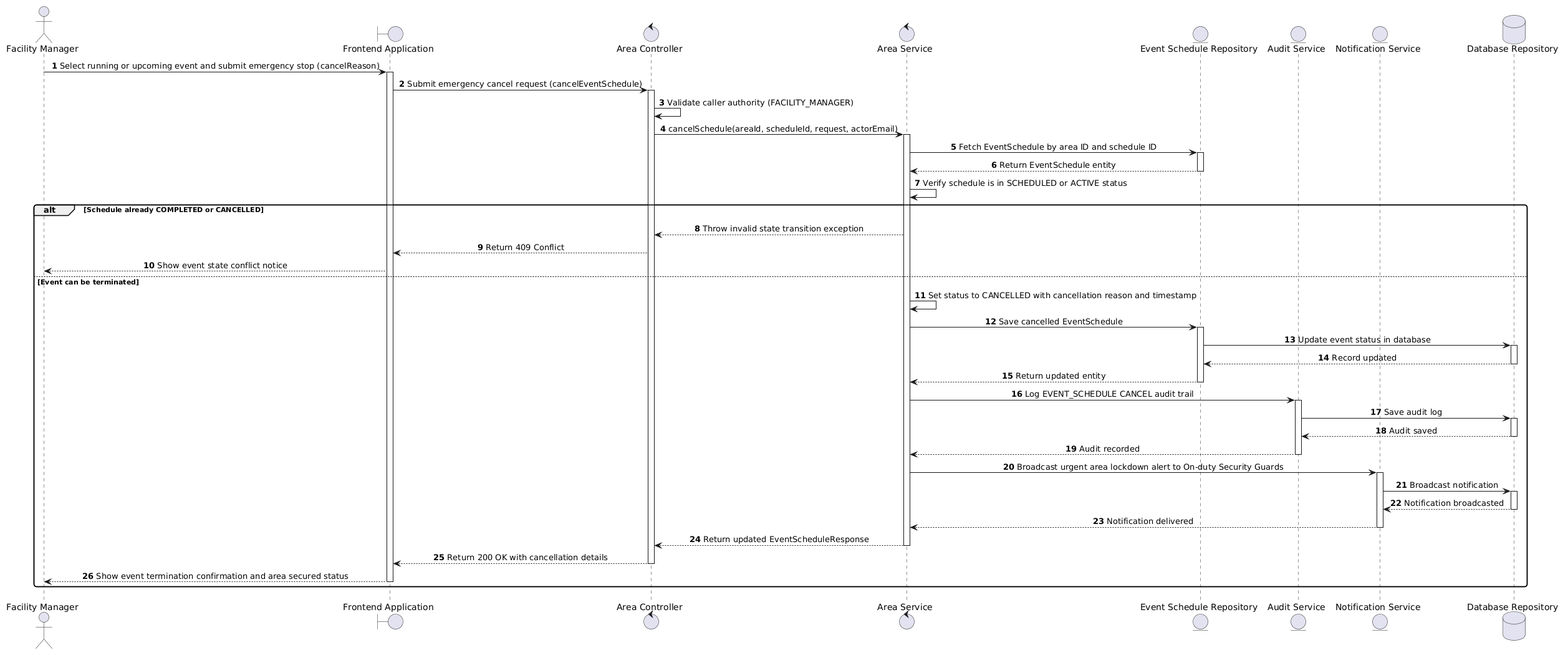
This is docs/diagrams/seq_3.9.2.png from AnhHao2505/AI-Based-Intelligent-Campus-Security-Surveillance-System, a PlantUML export, as it was before one commit. Its diagram source:
```plantuml
@startuml
skinparam shadowing false
skinparam monochrome false
skinparam roundcorner 8
skinparam defaultFontName Arial
skinparam sequenceMessageAlign center

autonumber

actor "Facility Manager" as FM
boundary "Frontend Application" as App
control "Area Controller" as Controller
control "Area Service" as Service
entity "Event Schedule Repository" as ScheduleRepo
entity "Audit Service" as Audit
entity "Notification Service" as Notif
database "Database Repository" as DB

FM -> App : Select running or upcoming event and submit emergency stop (cancelReason)
activate App
App -> Controller : Submit emergency cancel request (cancelEventSchedule)
activate Controller

Controller -> Controller : Validate caller authority (FACILITY_MANAGER)
Controller -> Service : cancelSchedule(areaId, scheduleId, request, actorEmail)
activate Service

Service -> ScheduleRepo : Fetch EventSchedule by area ID and schedule ID
activate ScheduleRepo
ScheduleRepo --> Service : Return EventSchedule entity
deactivate ScheduleRepo

Service -> Service : Verify schedule is in SCHEDULED or ACTIVE status
alt Schedule already COMPLETED or CANCELLED
    Service --> Controller : Throw invalid state transition exception
    Controller --> App : Return 409 Conflict
    App --> FM : Show event state conflict notice
else Event can be terminated
    Service -> Service : Set status to CANCELLED with cancellation reason and timestamp
    Service -> ScheduleRepo : Save cancelled EventSchedule
    activate ScheduleRepo
    ScheduleRepo -> DB : Update event status in database
    activate DB
    DB --> ScheduleRepo : Record updated
    deactivate DB
    ScheduleRepo --> Service : Return updated entity
    deactivate ScheduleRepo

    Service -> Audit : Log EVENT_SCHEDULE CANCEL audit trail
    activate Audit
    Audit -> DB : Save audit log
    activate DB
    DB --> Audit : Audit saved
    deactivate DB
    Audit --> Service : Audit recorded
    deactivate Audit

    Service -> Notif : Broadcast urgent area lockdown alert to On-duty Security Guards
    activate Notif
    Notif -> DB : Broadcast notification
    activate DB
    DB --> Notif : Notification broadcasted
    deactivate DB
    Notif --> Service : Notification delivered
    deactivate Notif

    Service --> Controller : Return updated EventScheduleResponse
    deactivate Service
    Controller --> App : Return 200 OK with cancellation details
    deactivate Controller
    App --> FM : Show event termination confirmation and area secured status
    deactivate App
end
@enduml
```
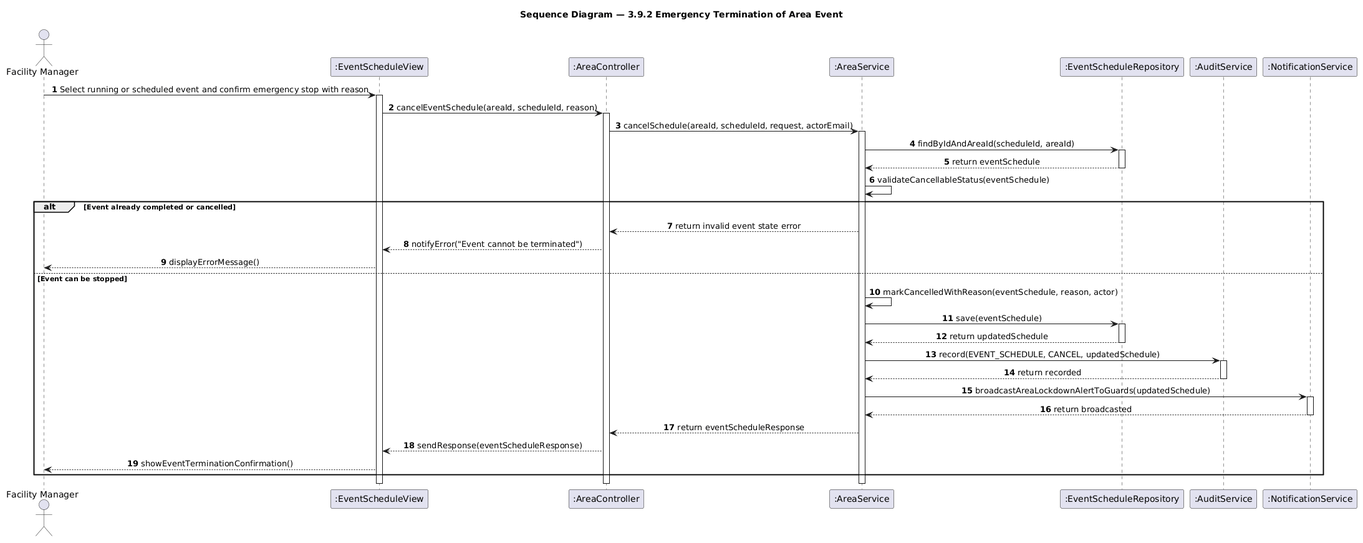
Later version of the same file.

Change to the diagram source:
```diff
@@ -1,74 +1,55 @@
 @startuml
 skinparam shadowing false
-skinparam monochrome false
-skinparam roundcorner 8
-skinparam defaultFontName Arial
 skinparam sequenceMessageAlign center
-
 autonumber
 
+title Sequence Diagram — 3.9.2 Emergency Termination of Area Event
+
 actor "Facility Manager" as FM
-boundary "Frontend Application" as App
-control "Area Controller" as Controller
-control "Area Service" as Service
-entity "Event Schedule Repository" as ScheduleRepo
-entity "Audit Service" as Audit
-entity "Notification Service" as Notif
-database "Database Repository" as DB
+participant ":EventScheduleView" as View
+participant ":AreaController" as Controller
+participant ":AreaService" as Service
+participant ":EventScheduleRepository" as ScheduleRepo
+participant ":AuditService" as Audit
+participant ":NotificationService" as Notif
 
-FM -> App : Select running or upcoming event and submit emergency stop (cancelReason)
-activate App
-App -> Controller : Submit emergency cancel request (cancelEventSchedule)
+FM -> View : Select running or scheduled event and confirm emergency stop with reason
+activate View
+View -> Controller : cancelEventSchedule(areaId, scheduleId, reason)
 activate Controller
-
-Controller -> Controller : Validate caller authority (FACILITY_MANAGER)
 Controller -> Service : cancelSchedule(areaId, scheduleId, request, actorEmail)
 activate Service
 
-Service -> ScheduleRepo : Fetch EventSchedule by area ID and schedule ID
+Service -> ScheduleRepo : findByIdAndAreaId(scheduleId, areaId)
 activate ScheduleRepo
-ScheduleRepo --> Service : Return EventSchedule entity
+ScheduleRepo --> Service : return eventSchedule
 deactivate ScheduleRepo
 
-Service -> Service : Verify schedule is in SCHEDULED or ACTIVE status
-alt Schedule already COMPLETED or CANCELLED
-    Service --> Controller : Throw invalid state transition exception
-    Controller --> App : Return 409 Conflict
-    App --> FM : Show event state conflict notice
-else Event can be terminated
-    Service -> Service : Set status to CANCELLED with cancellation reason and timestamp
-    Service -> ScheduleRepo : Save cancelled EventSchedule
+Service -> Service : validateCancellableStatus(eventSchedule)
+
+alt Event already completed or cancelled
+    Service --> Controller : return invalid event state error
+    Controller --> View : notifyError("Event cannot be terminated")
+    View --> FM : displayErrorMessage()
+else Event can be stopped
+    Service -> Service : markCancelledWithReason(eventSchedule, reason, actor)
+    Service -> ScheduleRepo : save(eventSchedule)
     activate ScheduleRepo
-    ScheduleRepo -> DB : Update event status in database
-    activate DB
-    DB --> ScheduleRepo : Record updated
-    deactivate DB
-    ScheduleRepo --> Service : Return updated entity
+    ScheduleRepo --> Service : return updatedSchedule
     deactivate ScheduleRepo
-
-    Service -> Audit : Log EVENT_SCHEDULE CANCEL audit trail
+    Service -> Audit : record(EVENT_SCHEDULE, CANCEL, updatedSchedule)
     activate Audit
-    Audit -> DB : Save audit log
-    activate DB
-    DB --> Audit : Audit saved
-    deactivate DB
-    Audit --> Service : Audit recorded
+    Audit --> Service : return recorded
     deactivate Audit
-
-    Service -> Notif : Broadcast urgent area lockdown alert to On-duty Security Guards
+    Service -> Notif : broadcastAreaLockdownAlertToGuards(updatedSchedule)
     activate Notif
-    Notif -> DB : Broadcast notification
-    activate DB
-    DB --> Notif : Notification broadcasted
-    deactivate DB
-    Notif --> Service : Notification delivered
+    Notif --> Service : return broadcasted
     deactivate Notif
-
-    Service --> Controller : Return updated EventScheduleResponse
-    deactivate Service
-    Controller --> App : Return 200 OK with cancellation details
-    deactivate Controller
-    App --> FM : Show event termination confirmation and area secured status
-    deactivate App
+    Service --> Controller : return eventScheduleResponse
+    Controller --> View : sendResponse(eventScheduleResponse)
+    View --> FM : showEventTerminationConfirmation()
 end
+deactivate Service
+deactivate Controller
+deactivate View
 @enduml
```
